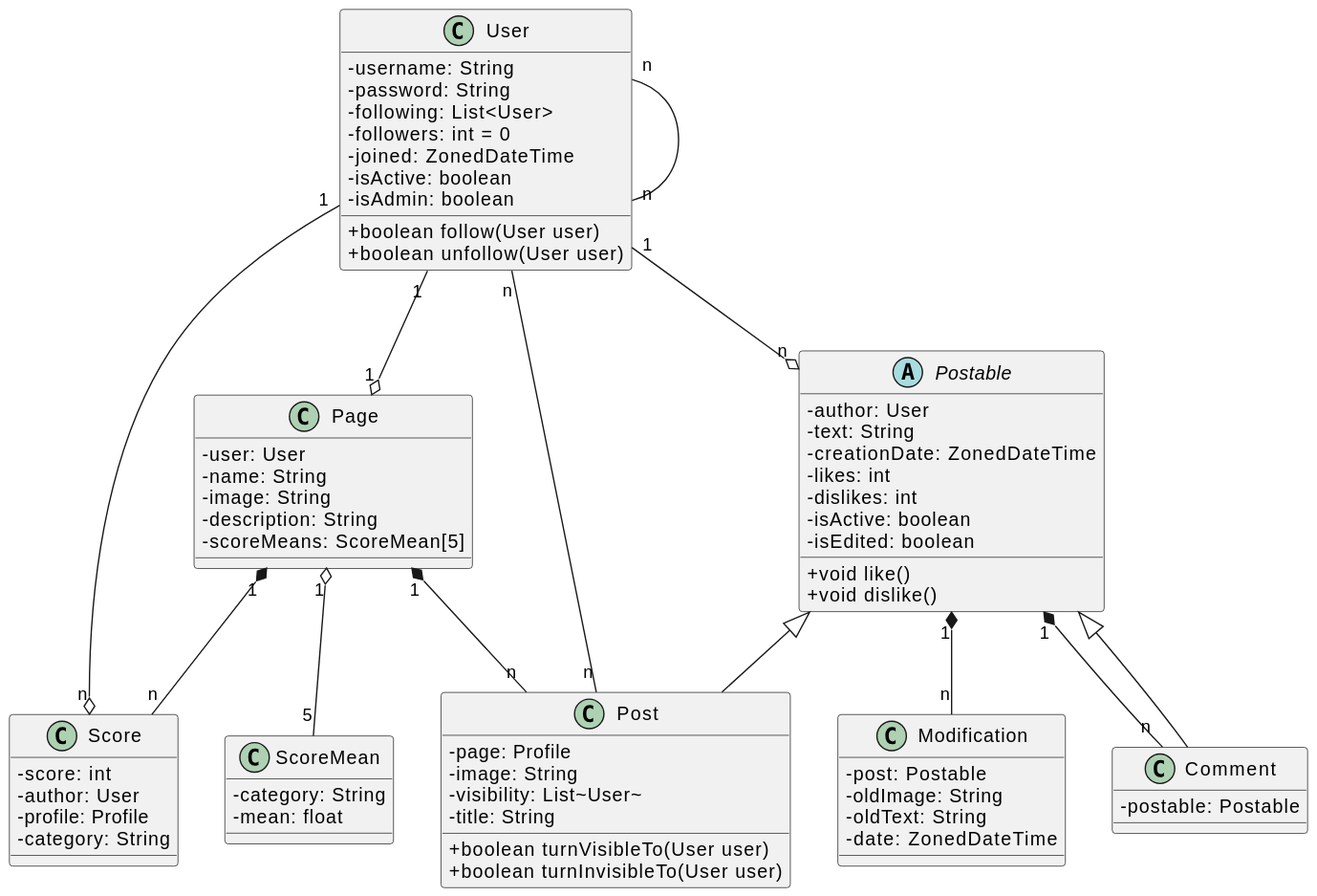
Earlier version of the PlantUML export diagrams/classes.svg (jlvlg/Pentagon).
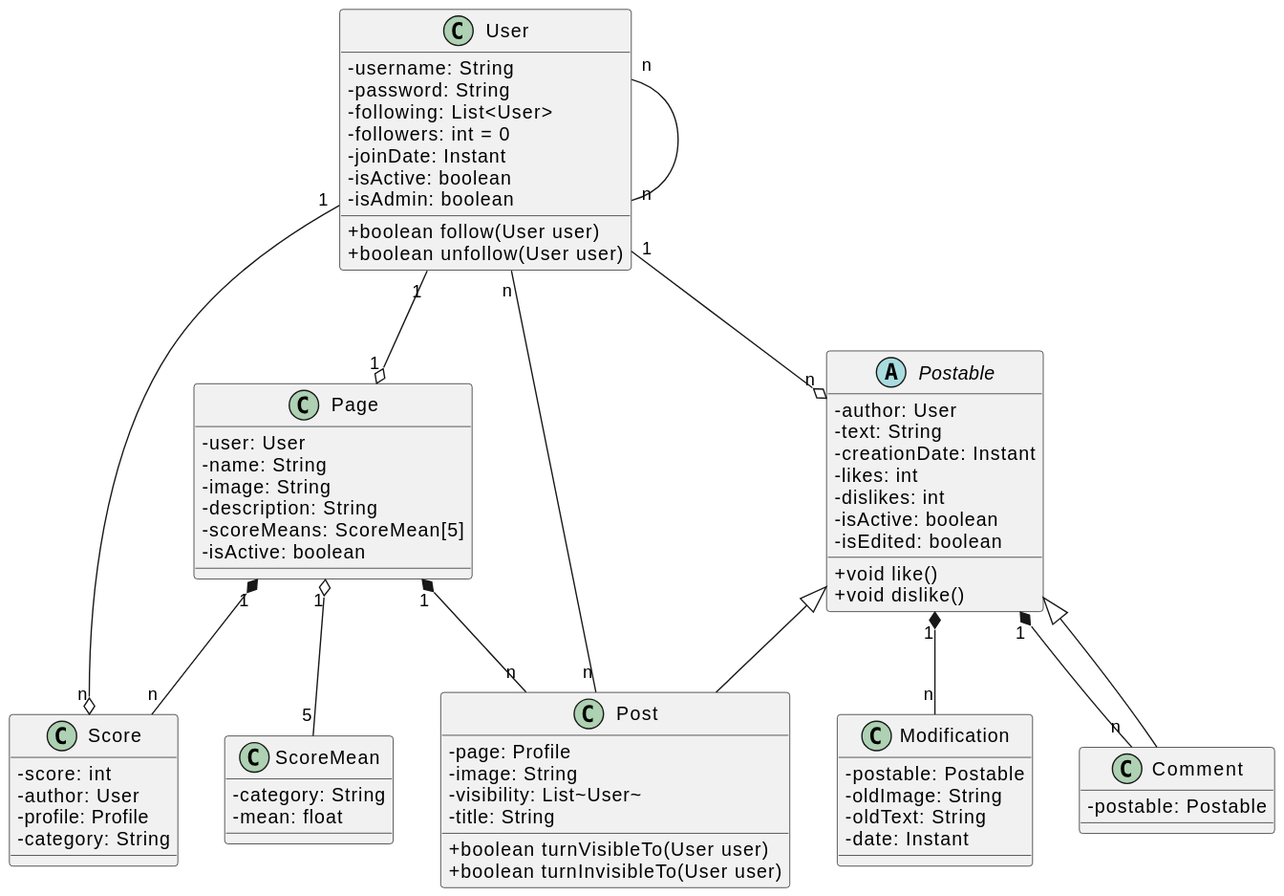
After the change.

What changed in the source:
```diff
@@ -5,7 +5,7 @@
         -password: String
         -following: List<User>
         -followers: int = 0
-        -joined: ZonedDateTime
+        -joinDate: Instant
         -isActive: boolean
         -isAdmin: boolean
         +boolean follow(User user)
@@ -17,11 +17,12 @@
         -image: String
         -description: String
         -scoreMeans: ScoreMean[5]
+        -isActive: boolean
     }
     abstract class Postable {
         -author: User
         -text: String
-        -creationDate: ZonedDateTime
+        -creationDate: Instant
         -likes: int
         -dislikes: int
         -isActive: boolean
@@ -41,10 +42,10 @@
         -postable: Postable
     }
     class Modification {
-        -post: Postable
+        -postable: Postable
         -oldImage: String
         -oldText: String
-        -date: ZonedDateTime
+        -date: Instant
     }
     class Score {
         -score: int
```
